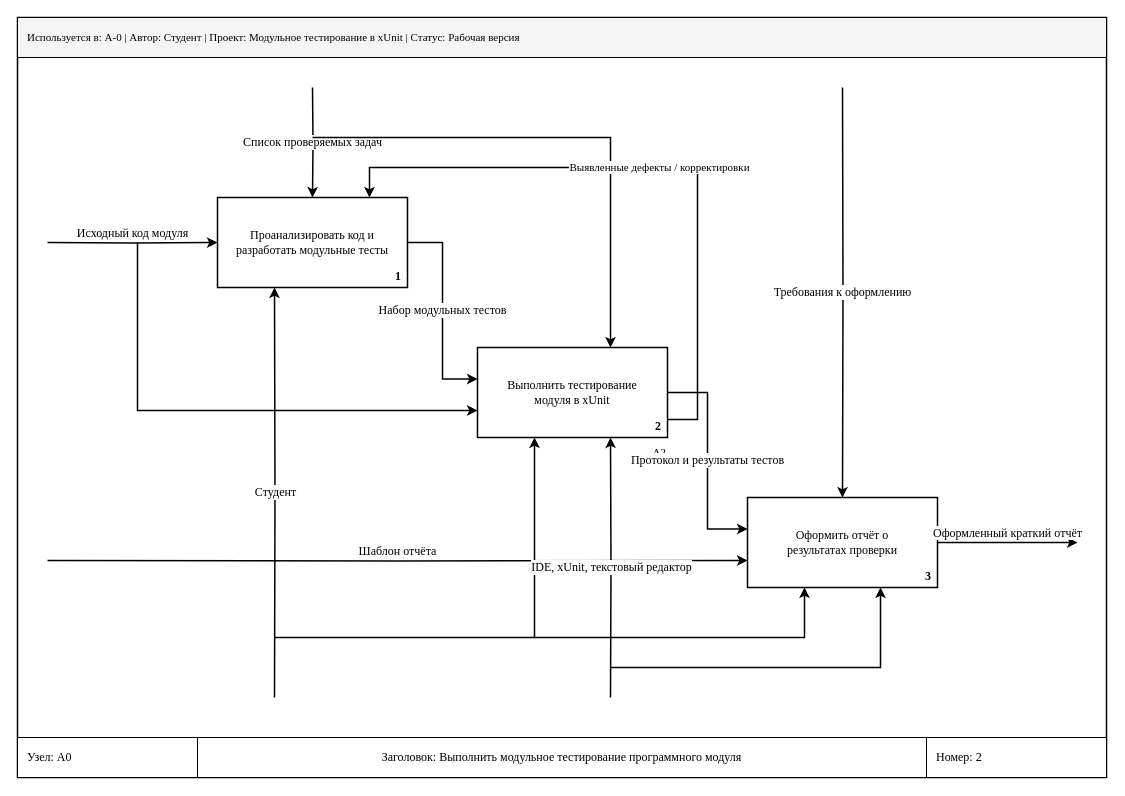
Above: page "A0 (Декомпозиция 1-го уровня)" (2 of 3) of Pr6/Task_5_5_IDEF0_Diagrams.drawio in dierpirlo-ui/PITPM (draw.io), before the change. Source tidied: cells renumbered, new cells numbered last; positions are measured from the earlier drawing's top-left corner, leaving out a move shared by most shapes. Both pictures are drawn from the tidied source at 100%, with x=0, y=0 at pixel (17, 17).
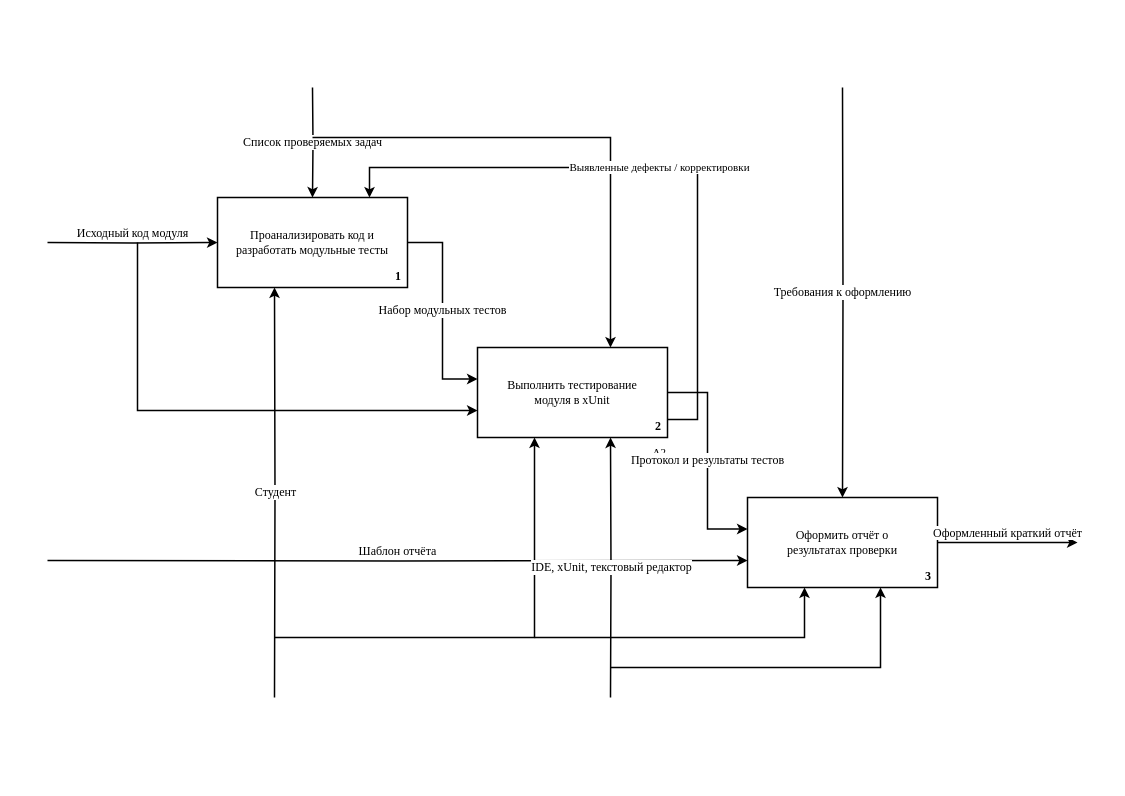
Above is the later version.

Change to the diagram source:
```diff
@@
-    <mxCell id="2" style="rounded=0;whiteSpace=wrap;html=1;fillColor=none;strokeColor=#000000;strokeWidth=1.5;" parent="1" vertex="1">
-      <mxGeometry width="1089" height="760" as="geometry" />
-    </mxCell>
-    <mxCell id="3" value="Используется в: А-0 | Автор: Студент | Проект: Модульное тестирование в xUnit | Статус: Рабочая версия" style="rounded=0;whiteSpace=wrap;html=1;fillColor=#f5f5f5;strokeColor=#000000;strokeWidth=1;fontFamily=Times New Roman;fontSize=11;align=left;spacingLeft=8;" parent="1" vertex="1">
-      <mxGeometry width="1089" height="40" as="geometry" />
-    </mxCell>
-    <mxCell id="4" value="Узел: А0" style="rounded=0;whiteSpace=wrap;html=1;fillColor=#ffffff;strokeColor=#000000;strokeWidth=1;fontFamily=Times New Roman;fontSize=12;align=left;spacingLeft=8;" parent="1" vertex="1">
-      <mxGeometry y="720" width="180" height="40" as="geometry" />
-    </mxCell>
-    <mxCell id="5" value="Заголовок: Выполнить модульное тестирование программного модуля" style="rounded=0;whiteSpace=wrap;html=1;fillColor=#ffffff;strokeColor=#000000;strokeWidth=1;fontFamily=Times New Roman;fontSize=12;align=center;" parent="1" vertex="1">
-      <mxGeometry x="180" y="720" width="729" height="40" as="geometry" />
-    </mxCell>
-    <mxCell id="6" value="Номер: 2" style="rounded=0;whiteSpace=wrap;html=1;fillColor=#ffffff;strokeColor=#000000;strokeWidth=1;fontFamily=Times New Roman;fontSize=12;align=left;spacingLeft=8;" parent="1" vertex="1">
-      <mxGeometry x="909" y="720" width="180" height="40" as="geometry" />
-    </mxCell>
```
